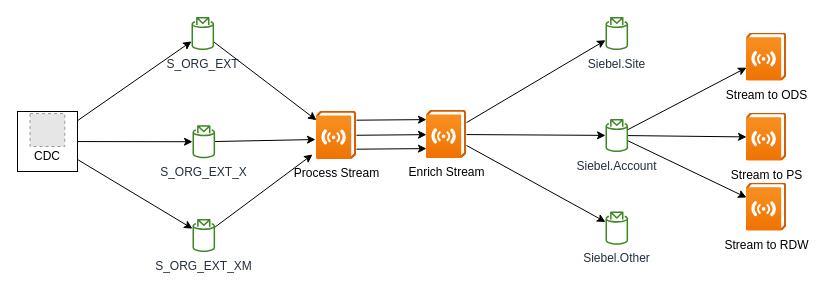
Above: page "Page-1" (1 of 2) of kafka-realtime.drawio in leodwx/diagrams (draw.io), before the change. Source tidied: cells renumbered, new cells numbered last; positions are measured from the earlier drawing's top-left corner, leaving out a move shared by most shapes. Both pictures are drawn from the tidied source at 100%, with x=0, y=0 at pixel (17, 16). Pictures stored in the file or linked from it are replaced by grey dashed boxes.
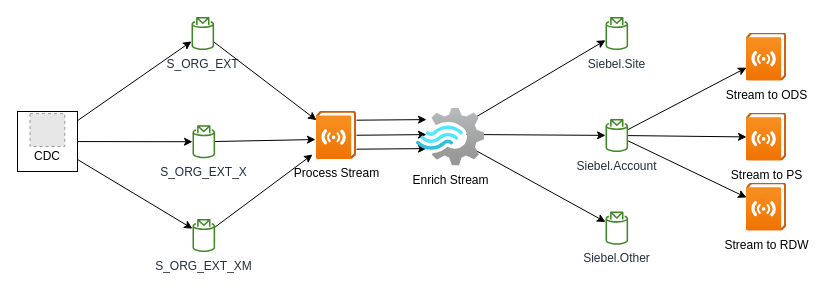
After the change.

Unchanged cells that the change refers to:
```xml
<mxCell id="5" value="Process Stream" style="html=1;points=[];align=center;image;fontSize=12;image=img/lib/azure2/general/Log_Streaming.svg;" parent="1" vertex="1">
  <mxGeometry x="299" y="95" width="40" height="47.9" as="geometry" />
</mxCell>
<mxCell id="6" value="Siebel.Site" style="sketch=0;outlineConnect=0;fontColor=#232F3E;gradientColor=none;fillColor=#3F8624;strokeColor=none;dashed=0;verticalLabelPosition=bottom;verticalAlign=top;align=center;html=1;fontSize=12;fontStyle=0;shape=mxgraph.aws4.topic_2;" parent="1" vertex="1">
  <mxGeometry x="588" y="0.4" width="22.6" height="33.3" as="geometry" />
</mxCell>
<mxCell id="10" value="Siebel.Account" style="sketch=0;outlineConnect=0;fontColor=#232F3E;gradientColor=none;fillColor=#3F8624;strokeColor=none;dashed=0;verticalLabelPosition=bottom;verticalAlign=top;align=center;html=1;fontSize=12;fontStyle=0;shape=mxgraph.aws4.topic_2;" parent="1" vertex="1">
  <mxGeometry x="588" y="102.3" width="22.6" height="33.3" as="geometry" />
</mxCell>
<mxCell id="11" value="Siebel.Other" style="sketch=0;outlineConnect=0;fontColor=#232F3E;gradientColor=none;fillColor=#3F8624;strokeColor=none;dashed=0;verticalLabelPosition=bottom;verticalAlign=top;align=center;html=1;fontSize=12;fontStyle=0;shape=mxgraph.aws4.topic_2;" parent="1" vertex="1">
  <mxGeometry x="588" y="195" width="22.6" height="33.3" as="geometry" />
</mxCell>
```

What changed in the source:
```diff
@@
-    <mxCell id="4" style="edgeStyle=none;rounded=0;jettySize=auto;html=1;" parent="1" edge="1" source="5" target="30">
-      <mxGeometry relative="1" as="geometry" />
+    <mxCell id="4" style="edgeStyle=none;rounded=0;jettySize=auto;html=1;" parent="1" edge="1" source="5">
+      <mxGeometry relative="1" as="geometry">
+        <mxPoint x="409" y="118.1" as="targetPoint" />
+      </mxGeometry>
     </mxCell>
@@
-    <mxCell id="27" style="edgeStyle=none;rounded=0;jettySize=auto;html=1;" parent="1" edge="1" source="30" target="6">
-      <mxGeometry relative="1" as="geometry" />
+    <mxCell id="27" style="edgeStyle=none;rounded=0;jettySize=auto;html=1;" parent="1" edge="1" target="6">
+      <mxGeometry relative="1" as="geometry">
+        <mxPoint x="449" y="106.1" as="sourcePoint" />
+      </mxGeometry>
     </mxCell>
-    <mxCell id="28" style="edgeStyle=none;rounded=0;jettySize=auto;html=1;" parent="1" edge="1" source="30" target="10">
-      <mxGeometry relative="1" as="geometry" />
+    <mxCell id="28" style="edgeStyle=none;rounded=0;jettySize=auto;html=1;" parent="1" edge="1" target="10">
+      <mxGeometry relative="1" as="geometry">
+        <mxPoint x="449" y="118" as="sourcePoint" />
+      </mxGeometry>
     </mxCell>
-    <mxCell id="29" style="edgeStyle=none;rounded=0;jettySize=auto;html=1;" parent="1" edge="1" source="30" target="11">
-      <mxGeometry relative="1" as="geometry" />
+    <mxCell id="29" style="edgeStyle=none;rounded=0;jettySize=auto;html=1;" parent="1" edge="1" target="11">
+      <mxGeometry relative="1" as="geometry">
+        <mxPoint x="449" y="128.9" as="sourcePoint" />
+      </mxGeometry>
     </mxCell>
-    <mxCell id="30" value="Enrich Stream" style="html=1;points=[];align=center;image;fontSize=12;image=img/lib/azure2/general/Log_Streaming.svg;" parent="1" vertex="1">
-      <mxGeometry x="409" y="94" width="40" height="47.9" as="geometry" />
+    <mxCell id="30" value="Enrich Stream" style="html=1;points=[];align=center;image;fontSize=12;image=img/lib/azure2/analytics/Stream_Analytics_Jobs.svg;fillColor=#E6FFCC;" parent="1" vertex="1">
+      <mxGeometry x="399" y="91.6" width="68" height="58" as="geometry" />
     </mxCell>
```
